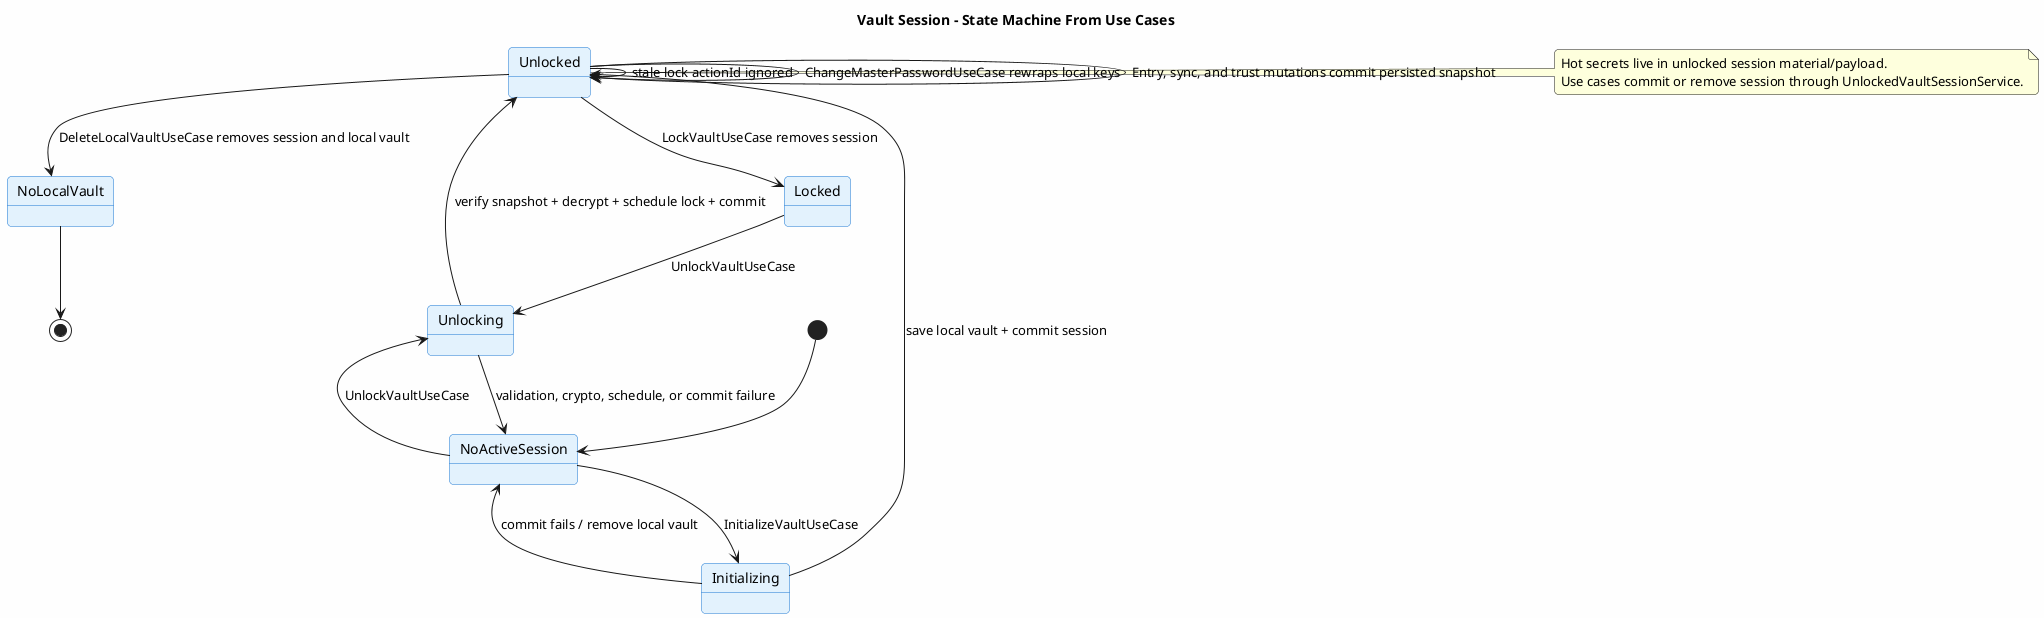
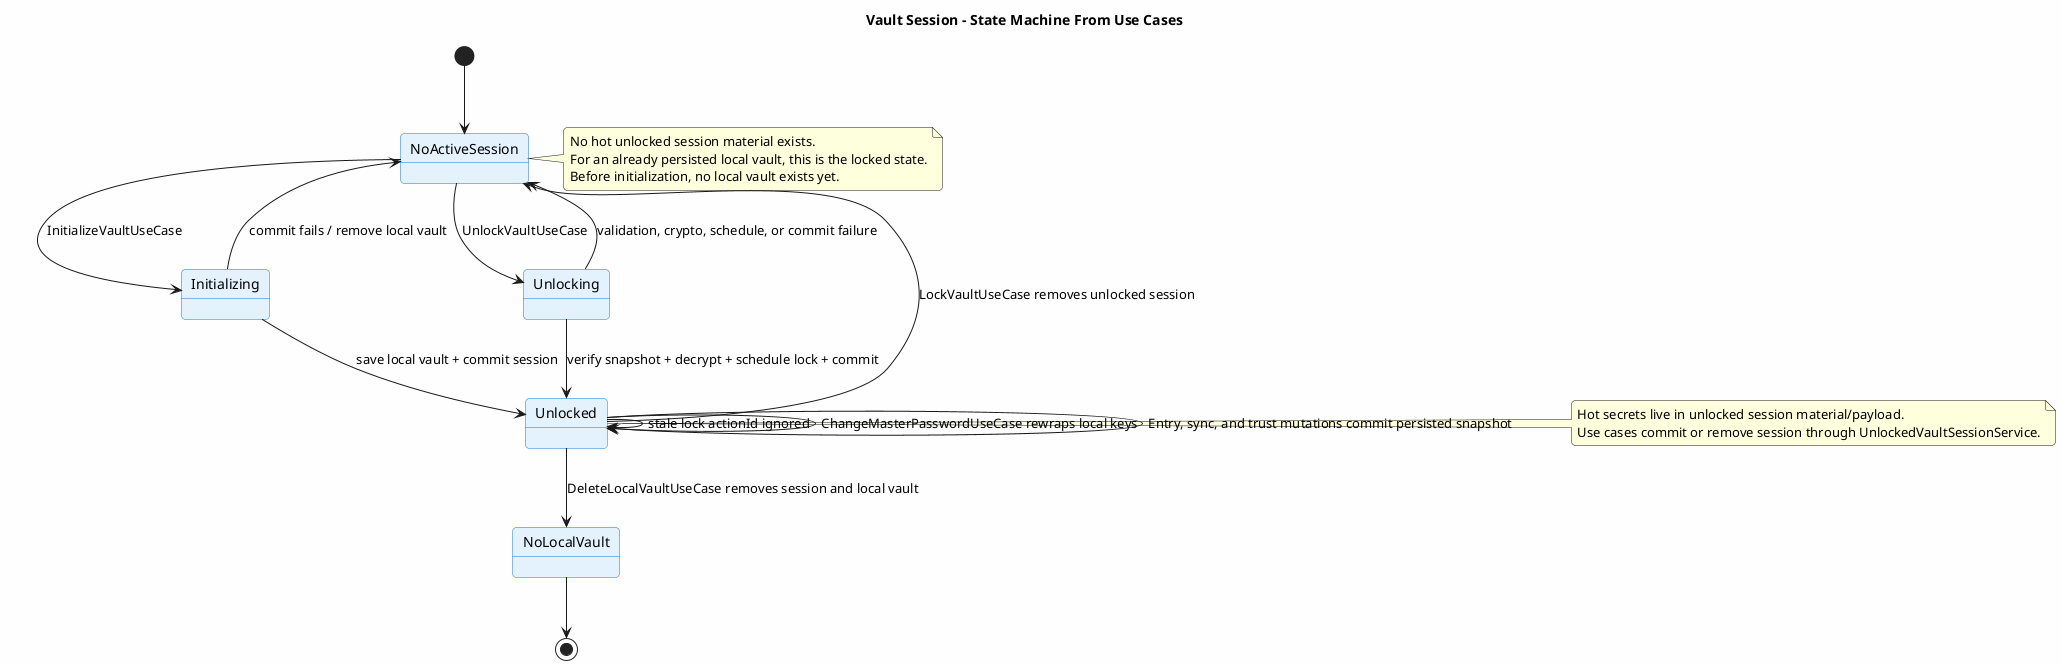
@startuml vault-session-state-machine
title Vault Session - State Machine From Use Cases

skinparam backgroundColor #FEFEFE
skinparam roundcorner 8
skinparam shadowing false
skinparam state {
  BackgroundColor #E3F2FD
  BorderColor #1976D2
}

+ state "NoActiveSession" as NoActiveSession
+ 
[*] --> NoActiveSession

NoActiveSession --> Initializing : InitializeVaultUseCase
Initializing --> Unlocked : save local vault + commit session
Initializing --> NoActiveSession : commit fails / remove local vault

NoActiveSession --> Unlocking : UnlockVaultUseCase
Unlocking --> Unlocked : verify snapshot + decrypt + schedule lock + commit
Unlocking --> NoActiveSession : validation, crypto, schedule, or commit failure

- Unlocked --> Locked : LockVaultUseCase removes session
+ Unlocked --> NoActiveSession : LockVaultUseCase removes unlocked session
Unlocked --> Unlocked : stale lock actionId ignored
Unlocked --> NoLocalVault : DeleteLocalVaultUseCase removes session and local vault
Unlocked --> Unlocked : ChangeMasterPasswordUseCase rewraps local keys
Unlocked --> Unlocked : Entry, sync, and trust mutations commit persisted snapshot

- Locked --> Unlocking : UnlockVaultUseCase
NoLocalVault --> [*]
+ 
+ note right of NoActiveSession
+ No hot unlocked session material exists.
+ For an already persisted local vault, this is the locked state.
+ Before initialization, no local vault exists yet.
+ end note

note right of Unlocked
Hot secrets live in unlocked session material/payload.
Use cases commit or remove session through UnlockedVaultSessionService.
end note

@enduml
